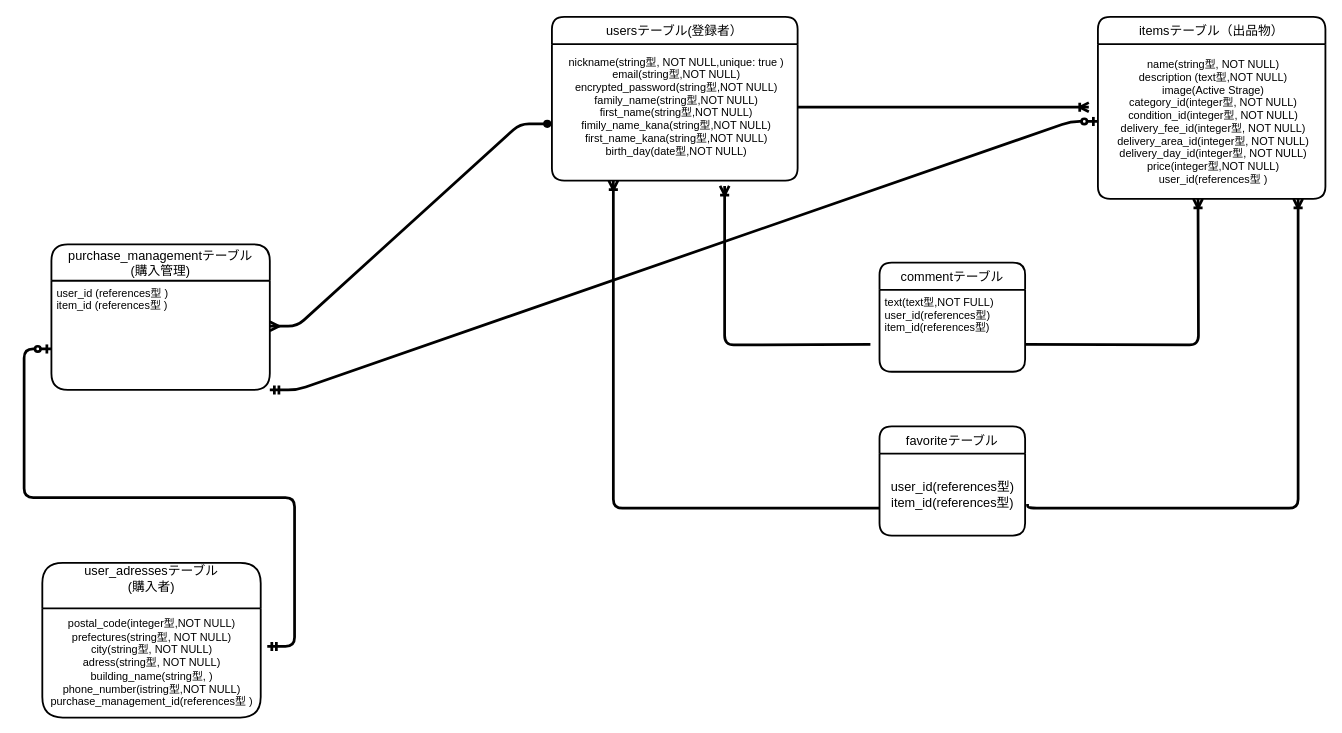
The draw.io diagram test.dio in JunOno09/furima-32508, before the edit. Source tidied: cells renumbered, new cells numbered last; positions are measured from the earlier drawing's top-left corner, leaving out a move shared by most shapes. Both pictures are drawn from the tidied source at 91%, with x=0, y=0 at pixel (42, 16).
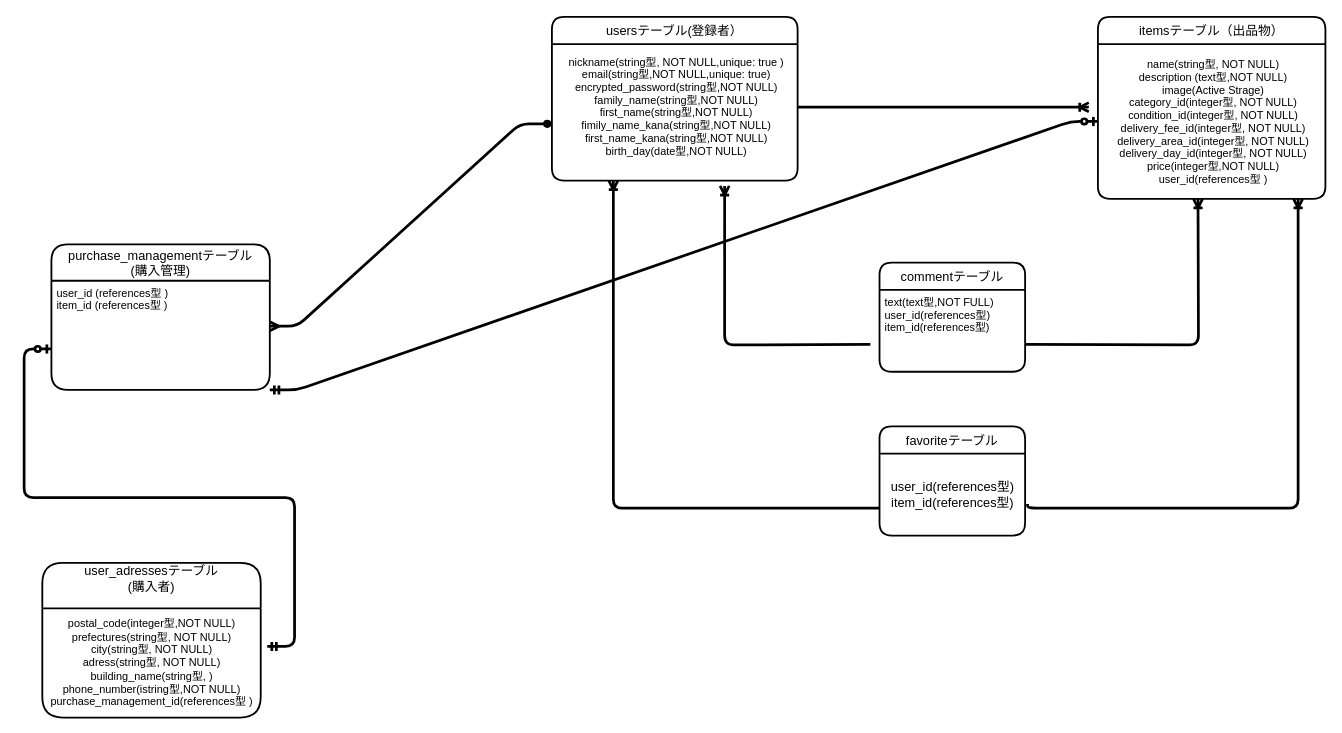
The same page after the edit.

Commit message (it also covers changes not shown here):
emailの一意性制約の追加

The change refers to these unchanged cells:
```xml
<mxCell id="4" value="usersテーブル(登録者）" style="swimlane;horizontal=1;startSize=30;rounded=1;fontSize=14;fontStyle=0;strokeWidth=2;shadow=0;dashed=0;align=center;" parent="1" vertex="1">
  <mxGeometry x="560" width="270" height="180" as="geometry" />
</mxCell>
```

The edit, as a diff of the source:
```diff
@@
-    <mxCell id="5" value="nickname(string型, NOT NULL,unique: true )&#10;email(string型,NOT NULL)&#10;encrypted_password(string型,NOT NULL)&#10;family_name(string型,NOT NULL)&#10;first_name(string型,NOT NULL)&#10;fimily_name_kana(string型,NOT NULL)&#10;first_name_kana(string型,NOT NULL)&#10;birth_day(date型,NOT NULL)&#10;" style="align=center;strokeColor=none;fillColor=none;spacingLeft=4;fontSize=12;verticalAlign=middle;" parent="4" vertex="1">
+    <mxCell id="5" value="nickname(string型, NOT NULL,unique: true )&#10;email(string型,NOT NULL,unique: true)&#10;encrypted_password(string型,NOT NULL)&#10;family_name(string型,NOT NULL)&#10;first_name(string型,NOT NULL)&#10;fimily_name_kana(string型,NOT NULL)&#10;first_name_kana(string型,NOT NULL)&#10;birth_day(date型,NOT NULL)&#10;" style="align=center;strokeColor=none;fillColor=none;spacingLeft=4;fontSize=12;verticalAlign=middle;" parent="4" vertex="1">
       <mxGeometry y="30" width="270" height="150" as="geometry" />
     </mxCell>
```
